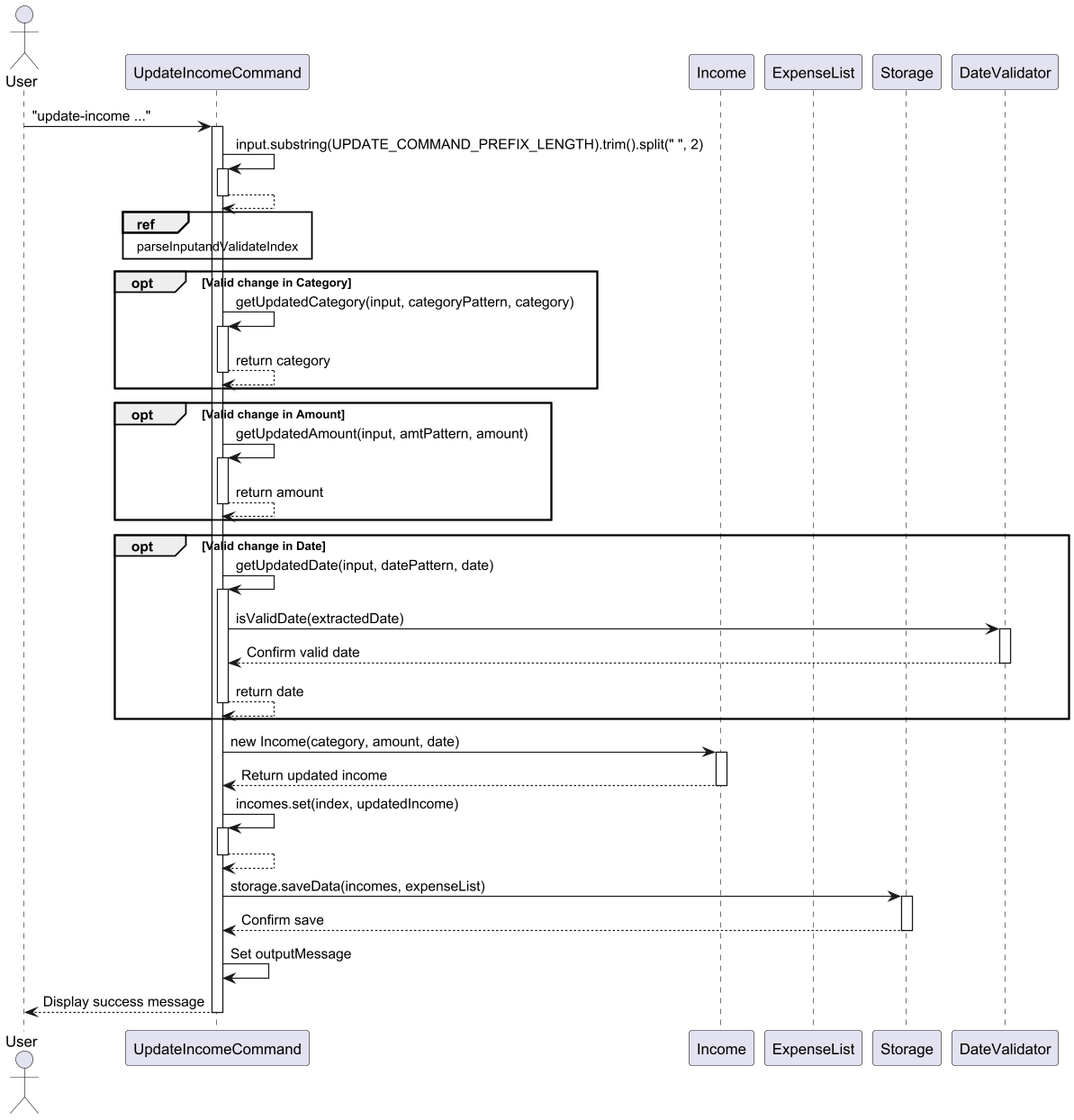
Above: docs/diagrams/UpdateIncomeCommandSequence.png in thienkimtranhoang/tp (PlantUML), before the change.
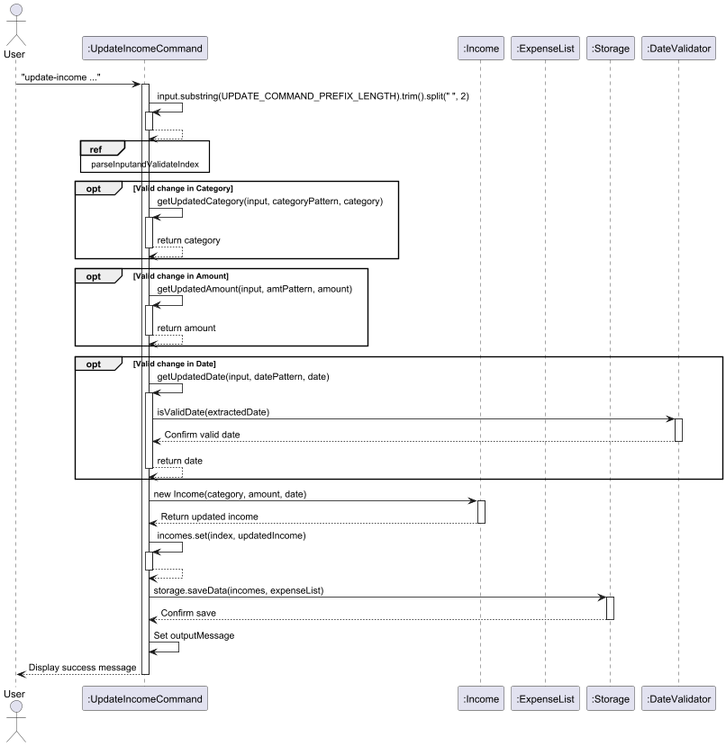
Above is the later version.

What changed in the source:
```diff
@@ -1,10 +1,10 @@
 @startuml
 actor User
-participant "UpdateIncomeCommand" as UpdateIncomeCommand
-participant "Income" as Income
-participant "ExpenseList" as ExpenseList
-participant "Storage" as Storage
-participant "DateValidator" as DateValidator
+participant ":UpdateIncomeCommand" as UpdateIncomeCommand
+participant ":Income" as Income
+participant ":ExpenseList" as ExpenseList
+participant ":Storage" as Storage
+participant ":DateValidator" as DateValidator
 
 User -> UpdateIncomeCommand: "update-income ..."
 activate UpdateIncomeCommand
```
